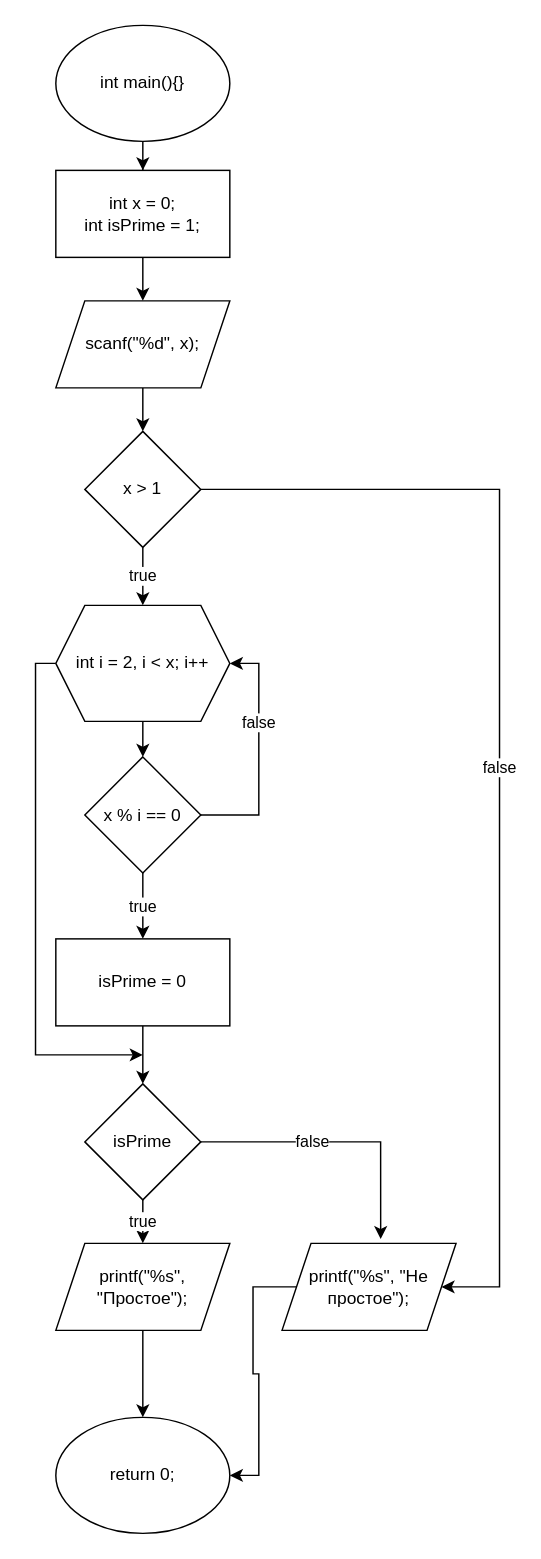
The draw.io diagram Untitled Diagram.drawio in RusinatorDASR/GB_Algorithms, before the edit. Source tidied: cells renumbered, new cells numbered last; positions are measured from the earlier drawing's top-left corner, leaving out a move shared by most shapes. Both pictures are drawn from the tidied source at 145%, with x=0, y=0 at pixel (35, 25).
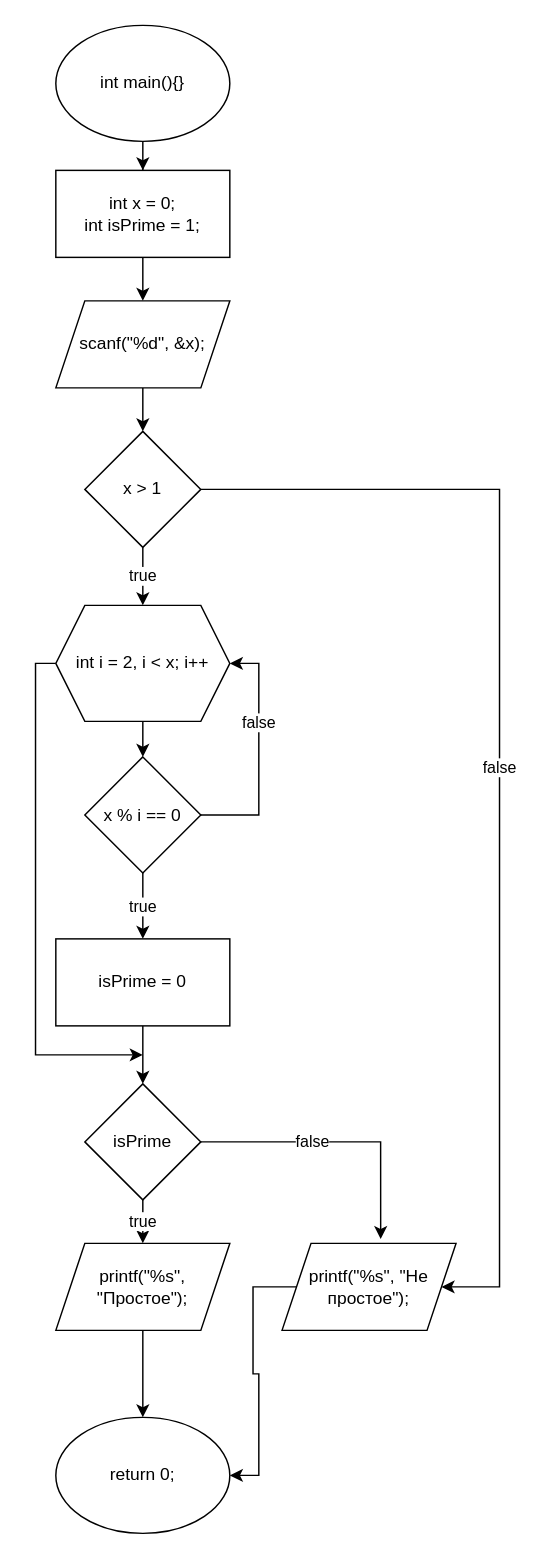
The same page after the edit.

What changed in the source:
```diff
@@
-    <mxCell id="7" value="scanf(&quot;%d&quot;, x);" style="shape=parallelogram;perimeter=parallelogramPerimeter;whiteSpace=wrap;html=1;fixedSize=1;" parent="1" vertex="1">
+    <mxCell id="7" value="scanf(&quot;%d&quot;, &amp;amp;x);" style="shape=parallelogram;perimeter=parallelogramPerimeter;whiteSpace=wrap;html=1;fixedSize=1;" parent="1" vertex="1">
       <mxGeometry x="14" y="190" width="120" height="60" as="geometry" />
     </mxCell>
```
